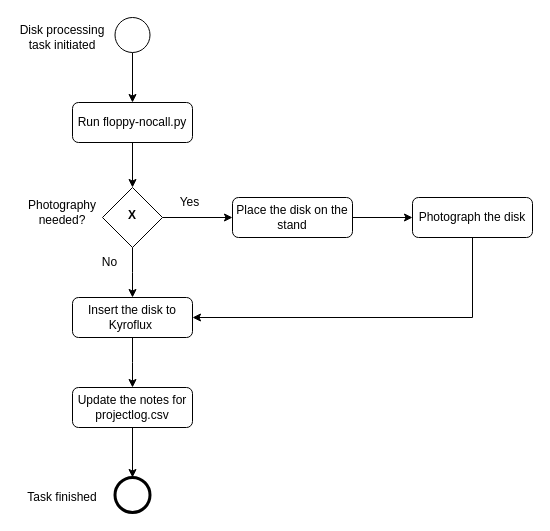
Earlier version of the draw.io diagram floppy-nocall.drawio (kenlhlui/UTL-script). Source tidied: cells renumbered, new cells numbered last; positions are measured from the earlier drawing's top-left corner, leaving out a move shared by most shapes. Both pictures are drawn from the tidied source at 100%, with x=0, y=0 at pixel (17, 17).
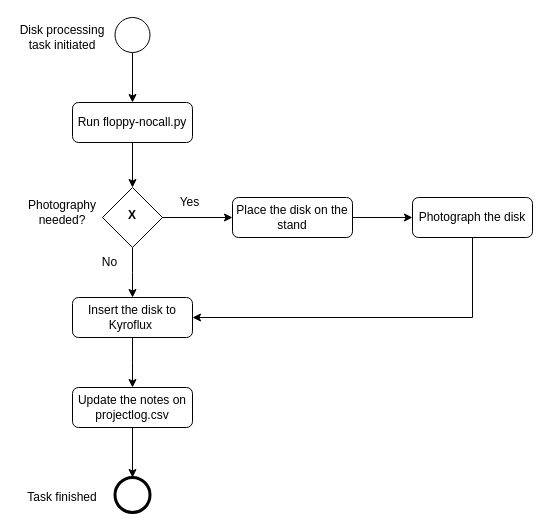
Above is the later version.

Diff of the diagram source:
```diff
@@
-    <mxCell id="20" value="Update the notes for projectlog.csv" style="rounded=1;whiteSpace=wrap;html=1;fontSize=12;glass=0;strokeWidth=1;shadow=0;" parent="1" vertex="1">
+    <mxCell id="20" value="Update the notes on projectlog.csv" style="rounded=1;whiteSpace=wrap;html=1;fontSize=12;glass=0;strokeWidth=1;shadow=0;" parent="1" vertex="1">
       <mxGeometry x="55" y="370" width="120" height="40" as="geometry" />
     </mxCell>
```
